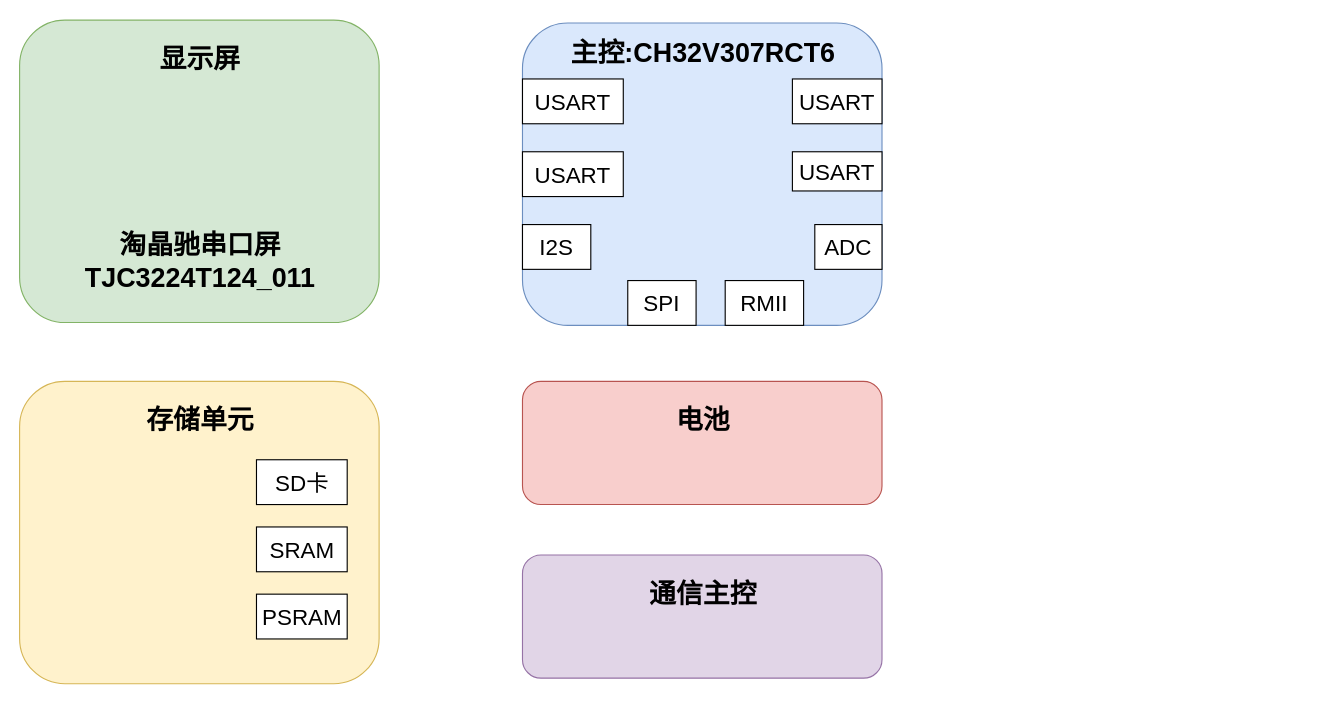
zeandon/draw.io keeps this draw.io diagram as 硬件架构图.drawio. Above is the earlier version. Source tidied: cells renumbered, new cells numbered last; positions are measured from the earlier drawing's top-left corner, leaving out a move shared by most shapes. Both pictures are drawn from the tidied source at 112%, with x=0, y=0 at pixel (19, 20).
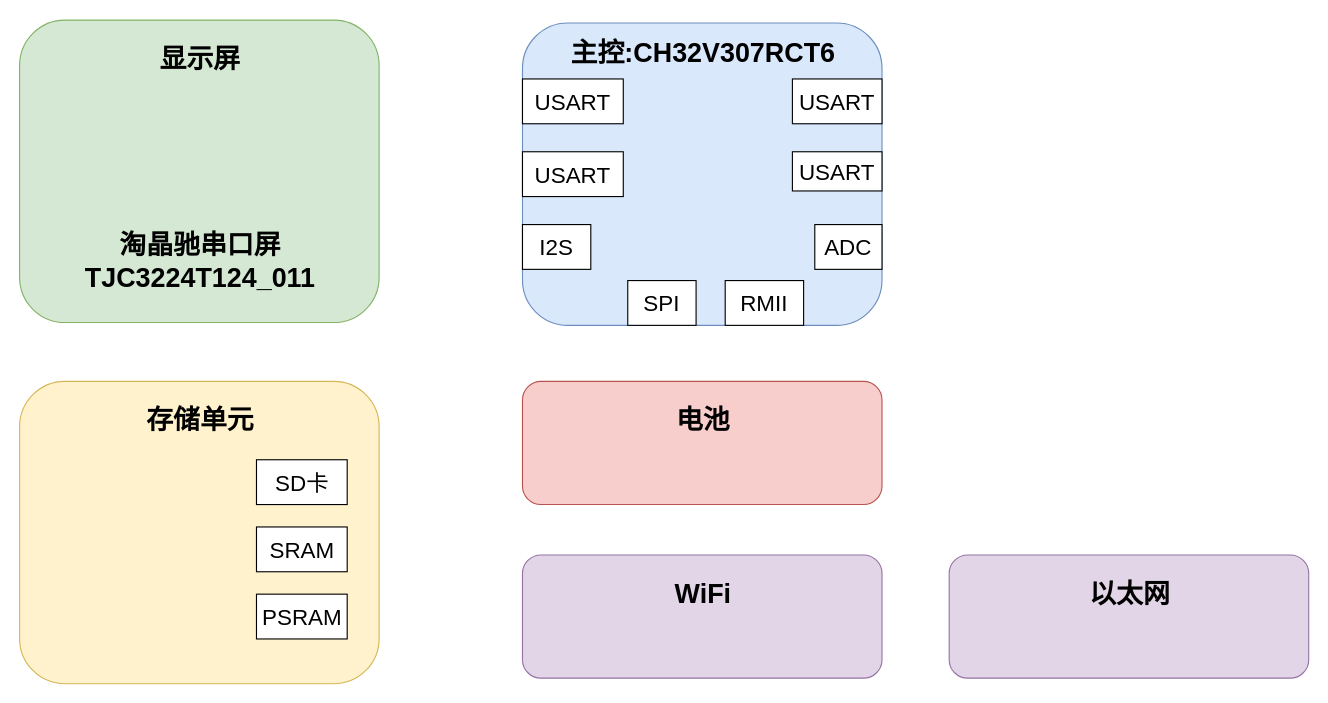
After the change.

Commit message (it also covers changes not shown here):
更新硬件架构图.drawio

Diff of the diagram source:
```diff
@@
-    <mxCell id="23" value="通信主控" style="text;strokeColor=none;fillColor=none;html=1;fontSize=24;fontStyle=1;verticalAlign=middle;align=center;" parent="1" vertex="1">
+    <mxCell id="23" value="WiFi" style="text;strokeColor=none;fillColor=none;html=1;fontSize=24;fontStyle=1;verticalAlign=middle;align=center;" parent="1" vertex="1">
       <mxGeometry x="477.5" y="492" width="264" height="40" as="geometry" />
     </mxCell>
+    <mxCell id="24" style="rounded=1;whiteSpace=wrap;html=1;fillColor=#e1d5e7;strokeColor=#9673a6;" parent="1" vertex="1">
+      <mxGeometry x="830" y="477" width="321" height="110" as="geometry" />
+    </mxCell>
+    <mxCell id="25" value="以太网" style="text;strokeColor=none;fillColor=none;html=1;fontSize=24;fontStyle=1;verticalAlign=middle;align=center;" parent="1" vertex="1">
+      <mxGeometry x="858.5" y="492" width="264" height="40" as="geometry" />
+    </mxCell>
```
